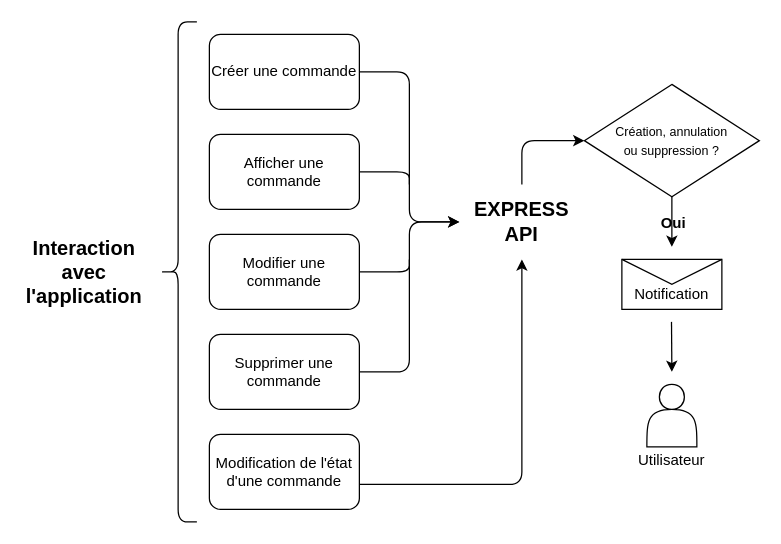
Before: dev/DiagrammeAPI-PA1.drawio in Alexinlife/Sidekick, a draw.io diagram. Source tidied: cells renumbered, new cells numbered last; positions are measured from the earlier drawing's top-left corner, leaving out a move shared by most shapes. Both pictures are drawn from the tidied source at 125%, with x=0, y=0 at pixel (21, 21).
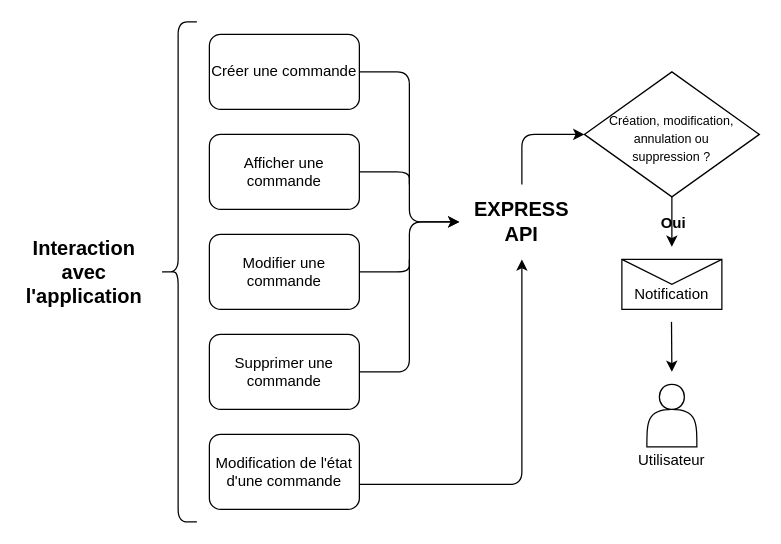
After the change.

Diff of the diagram source:
```diff
@@
     <mxCell id="18" style="endArrow=classic;html=1;edgeStyle=orthogonalEdgeStyle;entryX=0;entryY=0.5;entryDx=0;entryDy=0;" parent="1" edge="1" target="19">
       <mxGeometry relative="1" as="geometry">
         <mxPoint x="400" y="130" as="sourcePoint" />
         <Array as="points">
-          <mxPoint x="400" y="95" />
+          <mxPoint x="400" y="90" />
         </Array>
       </mxGeometry>
     </mxCell>
-    <mxCell id="19" value="&lt;font style=&quot;font-size: 10px ; line-height: 120%&quot;&gt;Création, annulation&lt;br&gt;ou suppression ?&lt;/font&gt;" style="rhombus;whiteSpace=wrap;html=1;" parent="1" vertex="1">
-      <mxGeometry x="450" y="50" width="140" height="90" as="geometry" />
+    <mxCell id="19" value="&lt;font style=&quot;font-size: 10px ; line-height: 120%&quot;&gt;Création, modification,&lt;br&gt;annulation ou&lt;br&gt;suppression ?&lt;/font&gt;" style="rhombus;whiteSpace=wrap;html=1;spacingTop=6;" parent="1" vertex="1">
+      <mxGeometry x="450" y="40" width="140" height="100" as="geometry" />
     </mxCell>
```
